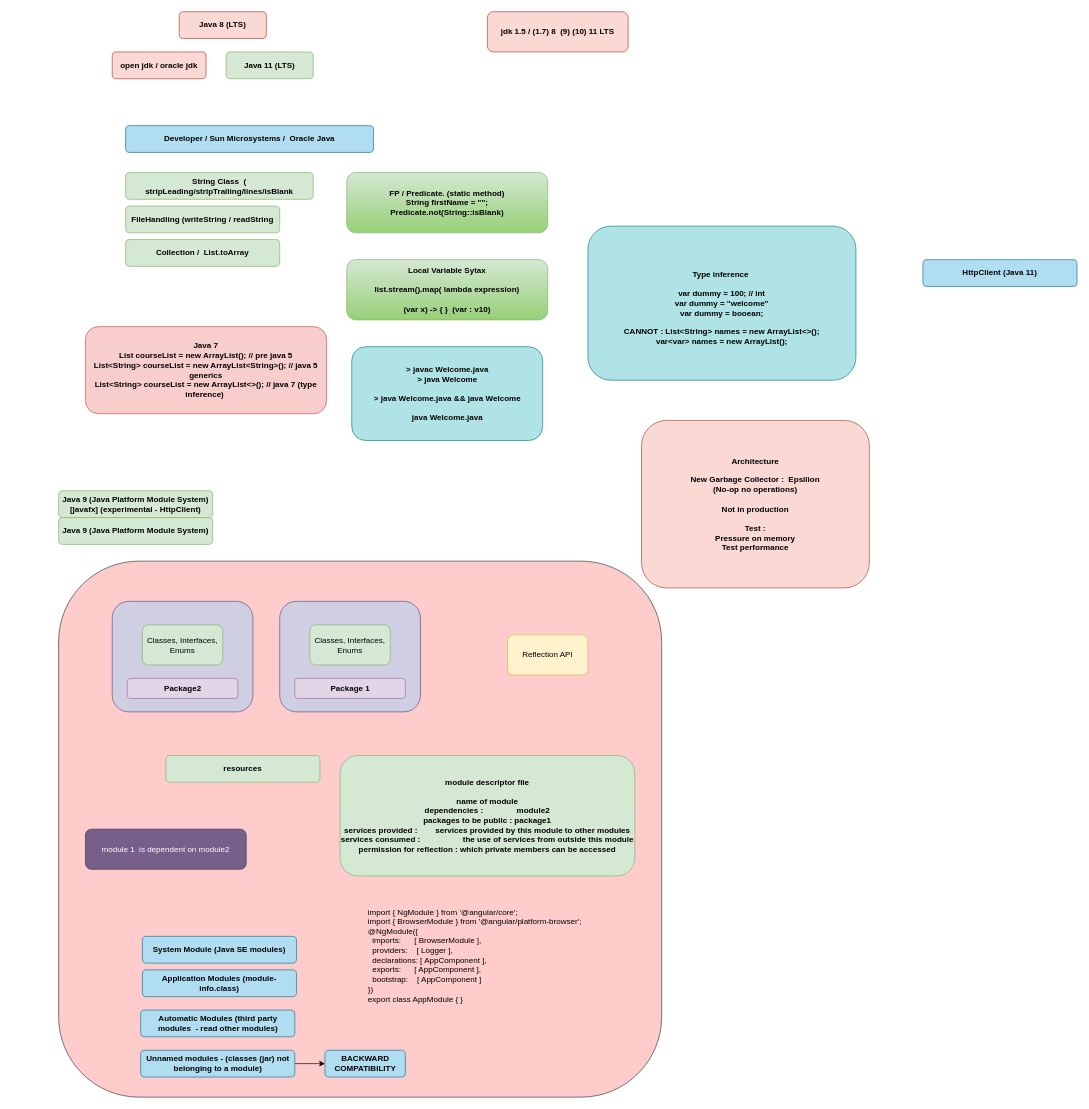
The draw.io diagram page "Java 11" (4 of 4) of day1.drawio in nathub071122/natGIT, before the edit. Source tidied: cells renumbered, new cells numbered last; positions are measured from the earlier drawing's top-left corner, leaving out a move shared by most shapes. Both pictures are drawn from the tidied source at 67%, with x=0, y=0 at pixel (58, 11).
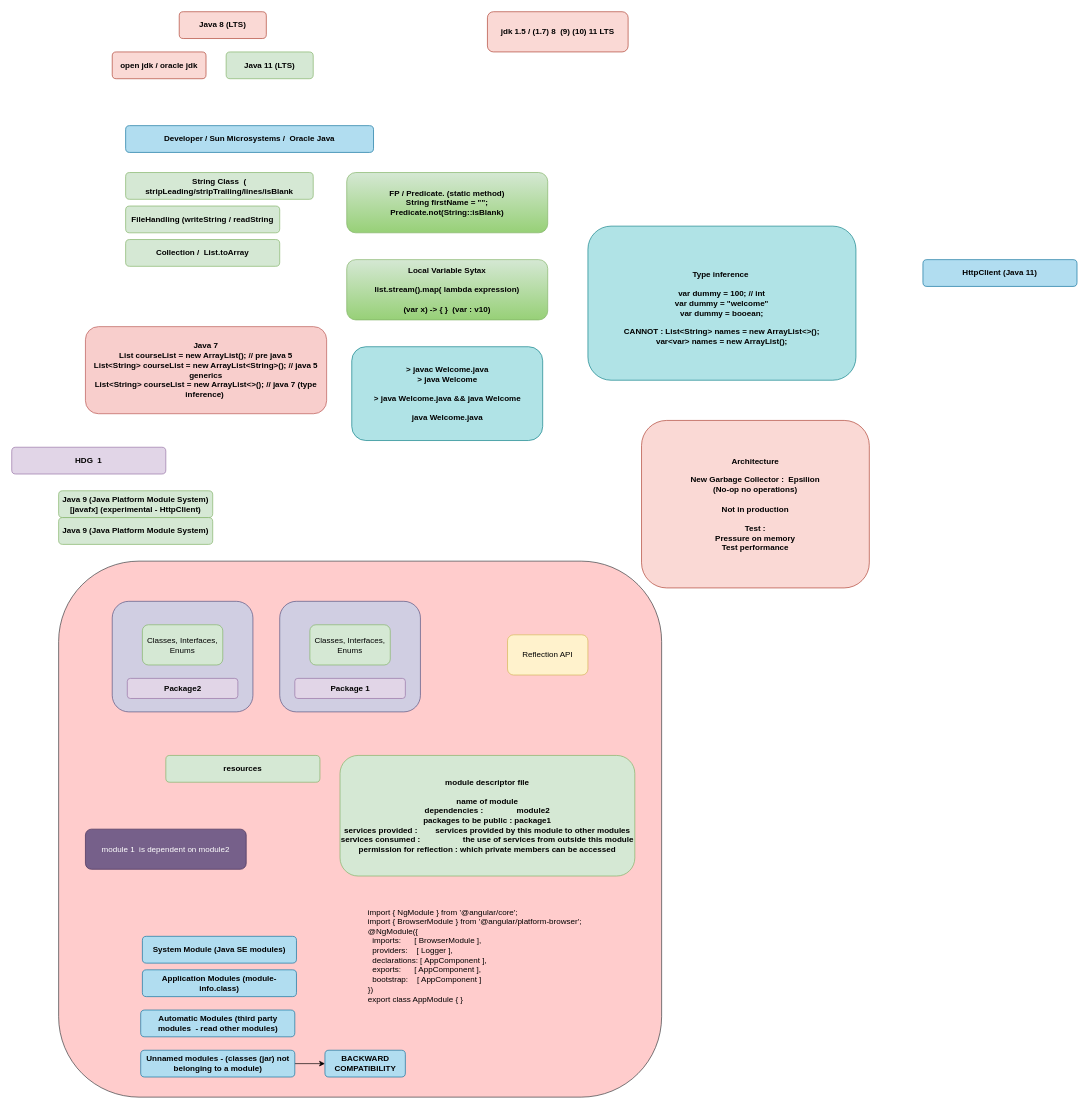
After the change.

What changed in the source:
```diff
@@
+    <mxCell id="37" value="HDG&amp;nbsp; 1" style="rounded=1;whiteSpace=wrap;html=1;fillColor=#e1d5e7;strokeColor=#9673a6;fontStyle=1;" parent="1" vertex="1">
+      <mxGeometry x="-70" y="650" width="230" height="40" as="geometry" />
+    </mxCell>
```
